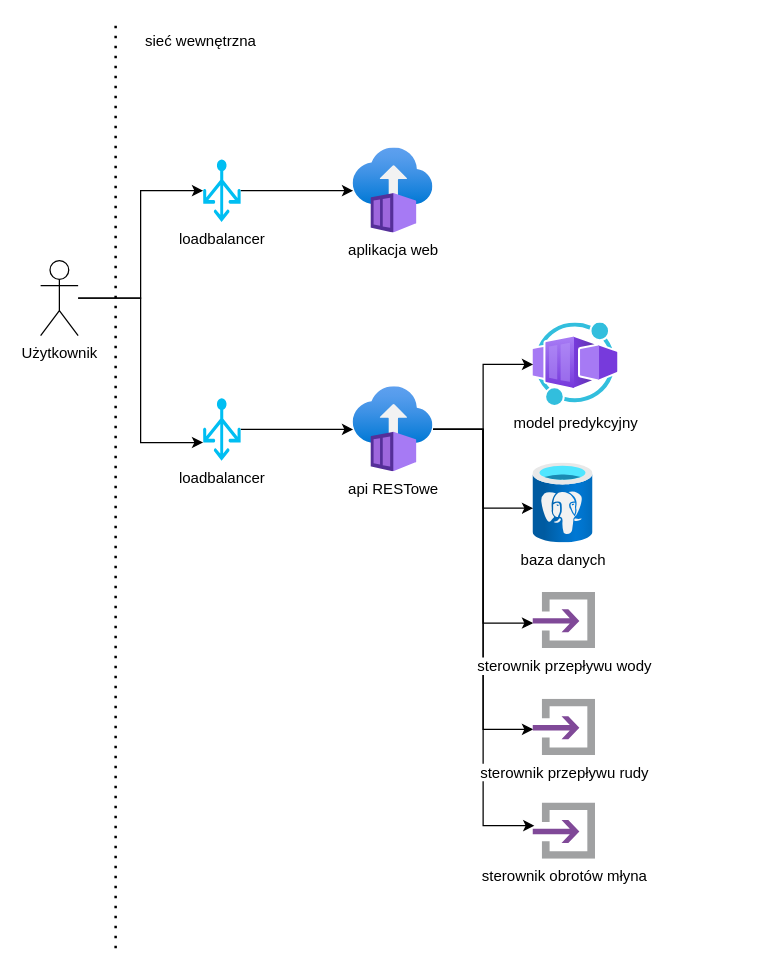
rodzinkaPLN/GrindingOptimalization keeps this draw.io diagram as Untitled Diagram.drawio. Above is the earlier version. Source tidied: cells renumbered, new cells numbered last; positions are measured from the earlier drawing's top-left corner, leaving out a move shared by most shapes. Both pictures are drawn from the tidied source at 125%, with x=0, y=0 at pixel (40, 22).
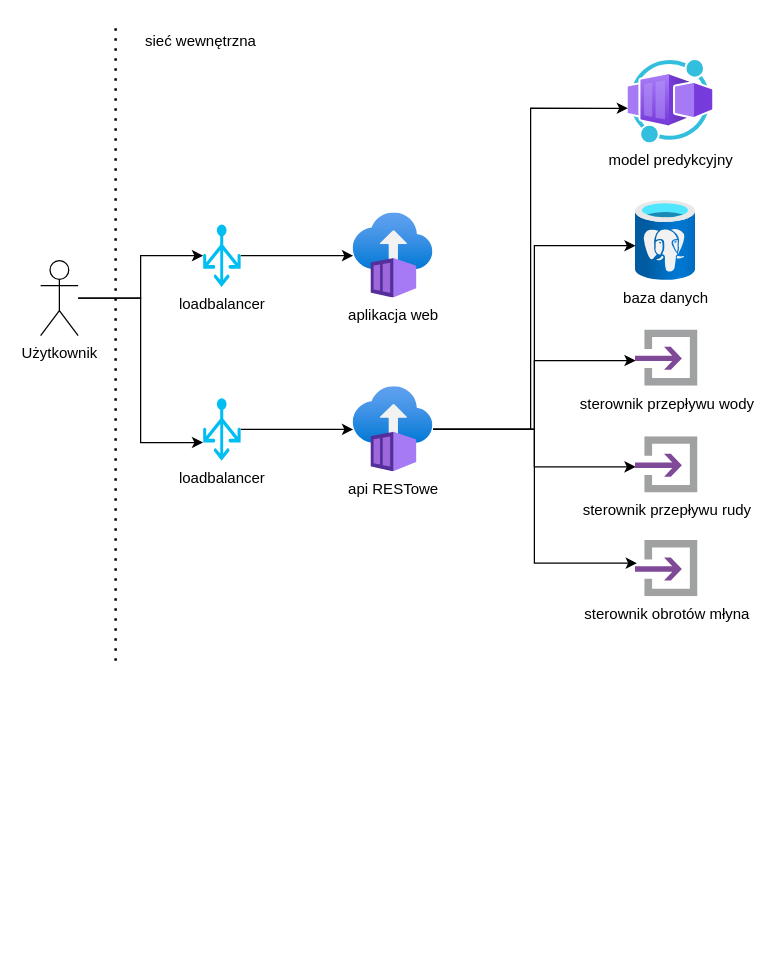
Above is the later version.

Unchanged cells that the change refers to:
```xml
<mxCell id="14" value="api RESTowe" style="html=1;points=[];align=center;image;fontSize=12;image=img/lib/azure2/compute/Container_Instances.svg;" parent="1" vertex="1">
  <mxGeometry x="250" y="291" width="64" height="68" as="geometry" />
</mxCell>
```

Change to the diagram source:
```diff
@@
     <mxCell id="3" value="loadbalancer" style="verticalLabelPosition=bottom;html=1;verticalAlign=top;align=center;strokeColor=none;fillColor=#00BEF2;shape=mxgraph.azure.load_balancer_generic;" parent="1" vertex="1">
-      <mxGeometry x="130" y="109" width="30" height="50" as="geometry" />
+      <mxGeometry x="130" y="161" width="30" height="50" as="geometry" />
     </mxCell>
     <mxCell id="4" value="aplikacja web" style="html=1;points=[];align=center;image;fontSize=12;image=img/lib/azure2/compute/Container_Instances.svg;" parent="1" vertex="1">
-      <mxGeometry x="250" y="100" width="64" height="68" as="geometry" />
+      <mxGeometry x="250" y="152" width="64" height="68" as="geometry" />
     </mxCell>
     <mxCell id="5" value="baza danych" style="html=1;points=[];align=center;image;fontSize=12;image=img/lib/azure2/databases/Azure_Database_PostgreSQL_Server.svg;" parent="1" vertex="1">
-      <mxGeometry x="394" y="352" width="48" height="64" as="geometry" />
+      <mxGeometry x="476" y="142" width="48" height="64" as="geometry" />
     </mxCell>
     <mxCell id="6" value="model predykcyjny" style="html=1;points=[];align=center;image;fontSize=12;image=img/lib/azure2/other/Worker_Container_App.svg;" parent="1" vertex="1">
-      <mxGeometry x="394" y="240" width="68" height="66" as="geometry" />
+      <mxGeometry x="470" y="30" width="68" height="66" as="geometry" />
     </mxCell>
@@
-    <mxCell id="9" style="edgeStyle=orthogonalEdgeStyle;rounded=0;jettySize=auto;html=1;" parent="1" edge="1" source="14" target="6">
-      <mxGeometry relative="1" as="geometry" />
-    </mxCell>
@@
+    <mxCell id="9" style="edgeStyle=orthogonalEdgeStyle;rounded=0;jettySize=auto;html=1;entryX=-0.002;entryY=0.578;entryDx=0;entryDy=0;entryPerimeter=0;" parent="1" edge="1" source="14" target="6">
+      <mxGeometry relative="1" as="geometry" />
+    </mxCell>
@@
     <mxCell id="15" value="sterownik przepływu&amp;nbsp;wody" style="sketch=0;html=1;points=[];align=center;image;fontSize=12;image=img/lib/mscae/Input.svg;" parent="1" vertex="1">
-      <mxGeometry x="394" y="455.5" width="50" height="45" as="geometry" />
+      <mxGeometry x="476" y="245.5" width="50" height="45" as="geometry" />
     </mxCell>
     <mxCell id="16" value="sterownik przepływu rudy" style="sketch=0;html=1;points=[];align=center;image;fontSize=12;image=img/lib/mscae/Input.svg;" parent="1" vertex="1">
-      <mxGeometry x="394" y="541" width="50" height="45" as="geometry" />
+      <mxGeometry x="476" y="331" width="50" height="45" as="geometry" />
     </mxCell>
     <mxCell id="17" value="sterownik obrotów młyna" style="sketch=0;html=1;points=[];align=center;image;fontSize=12;image=img/lib/mscae/Input.svg;" parent="1" vertex="1">
-      <mxGeometry x="394" y="624" width="50" height="45" as="geometry" />
+      <mxGeometry x="476" y="414" width="50" height="45" as="geometry" />
     </mxCell>
     <mxCell id="18" style="endArrow=none;dashed=1;html=1;dashPattern=1 3;strokeWidth=2;rounded=0;" parent="1" edge="1">
       <mxGeometry relative="1" as="geometry">
-        <mxPoint x="60" y="740" as="sourcePoint" />
+        <mxPoint x="60" y="510" as="sourcePoint" />
         <mxPoint x="60" as="targetPoint" />
       </mxGeometry>
     </mxCell>
```
